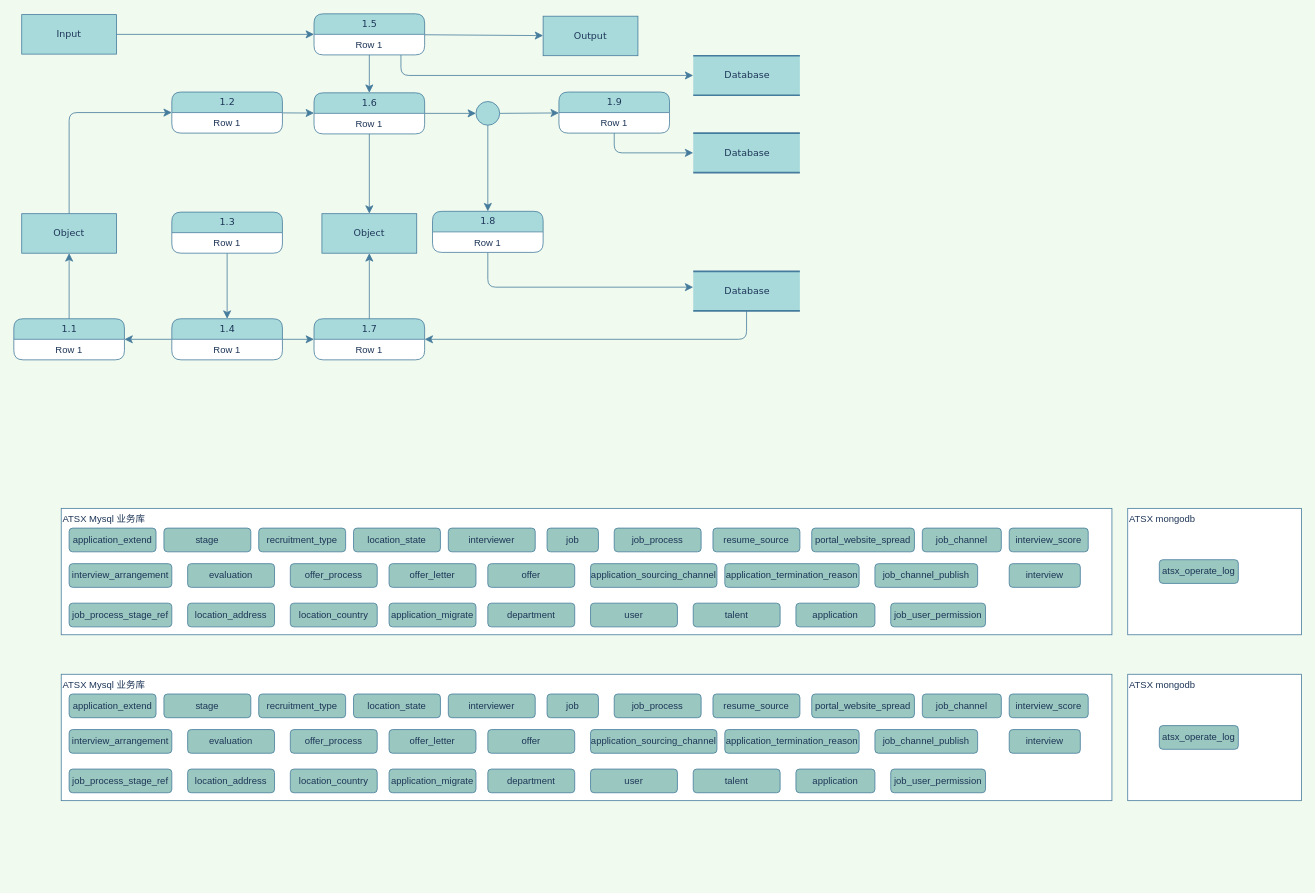
Earlier version of the draw.io diagram Untitled Diagram.drawio (cicelprg/drawio). Source tidied: cells renumbered, new cells numbered last; positions are measured from the earlier drawing's top-left corner, leaving out a move shared by most shapes. Both pictures are drawn from the tidied source at 79%, with x=0, y=0 at pixel (13, 13).
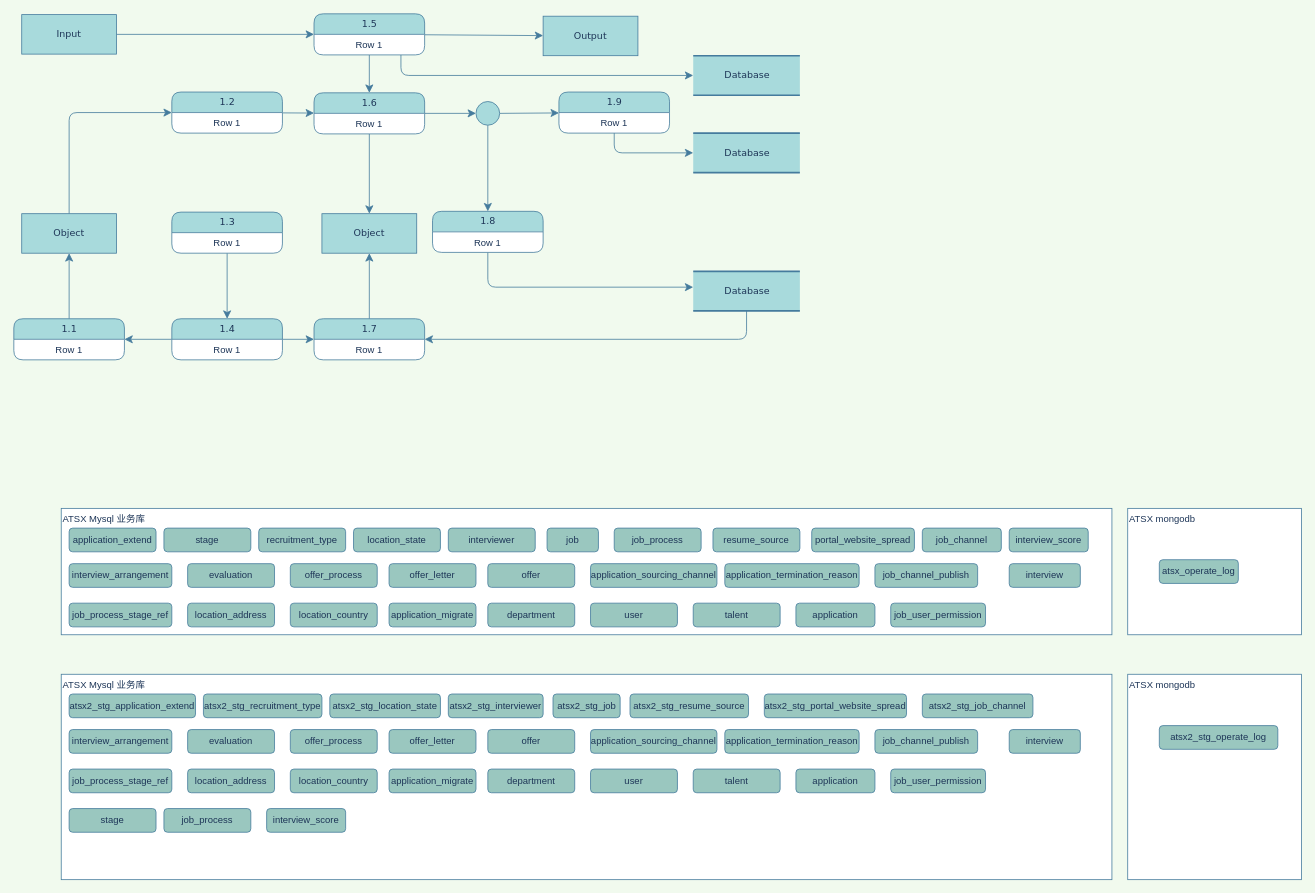
The same page after the edit.

The edit, as a diff of the source:
```diff
@@
     <mxCell id="80" value="ATSX Mysql 业务库" style="rounded=0;whiteSpace=wrap;html=1;sketch=0;strokeColor=#457B9D;fillColor=#FFFFFF;fontColor=#1D3557;align=left;verticalAlign=top;" parent="1" vertex="1">
-      <mxGeometry x="60" y="836" width="1330" height="160" as="geometry" />
+      <mxGeometry x="60" y="836" width="1330" height="260" as="geometry" />
     </mxCell>
-    <mxCell id="81" value="application_extend" style="rounded=1;whiteSpace=wrap;html=1;sketch=0;strokeColor=#457B9D;fillColor=#9AC7BF;fontColor=#1D3557;align=center;" parent="1" vertex="1">
-      <mxGeometry x="70" y="861" width="110" height="30" as="geometry" />
+    <mxCell id="81" value="atsx2_stg_application_extend" style="rounded=1;whiteSpace=wrap;html=1;sketch=0;strokeColor=#457B9D;fillColor=#9AC7BF;fontColor=#1D3557;align=center;" parent="1" vertex="1">
+      <mxGeometry x="70" y="861" width="160" height="30" as="geometry" />
     </mxCell>
     <mxCell id="82" value="stage" style="rounded=1;whiteSpace=wrap;html=1;sketch=0;strokeColor=#457B9D;fillColor=#9AC7BF;fontColor=#1D3557;align=center;" parent="1" vertex="1">
-      <mxGeometry x="190" y="861" width="110" height="30" as="geometry" />
+      <mxGeometry x="70" y="1006" width="110" height="30" as="geometry" />
     </mxCell>
-    <mxCell id="83" value="recruitment_type" style="rounded=1;whiteSpace=wrap;html=1;sketch=0;strokeColor=#457B9D;fillColor=#9AC7BF;fontColor=#1D3557;align=center;" parent="1" vertex="1">
-      <mxGeometry x="310" y="861" width="110" height="30" as="geometry" />
+    <mxCell id="83" value="atsx2_stg_recruitment_type" style="rounded=1;whiteSpace=wrap;html=1;sketch=0;strokeColor=#457B9D;fillColor=#9AC7BF;fontColor=#1D3557;align=center;" parent="1" vertex="1">
+      <mxGeometry x="240" y="861" width="150" height="30" as="geometry" />
     </mxCell>
-    <mxCell id="84" value="location_state" style="rounded=1;whiteSpace=wrap;html=1;sketch=0;strokeColor=#457B9D;fillColor=#9AC7BF;fontColor=#1D3557;align=center;" parent="1" vertex="1">
-      <mxGeometry x="430" y="861" width="110" height="30" as="geometry" />
+    <mxCell id="84" value="atsx2_stg_location_state" style="rounded=1;whiteSpace=wrap;html=1;sketch=0;strokeColor=#457B9D;fillColor=#9AC7BF;fontColor=#1D3557;align=center;" parent="1" vertex="1">
+      <mxGeometry x="400" y="861" width="140" height="30" as="geometry" />
     </mxCell>
-    <mxCell id="85" value="interviewer" style="rounded=1;whiteSpace=wrap;html=1;sketch=0;strokeColor=#457B9D;fillColor=#9AC7BF;fontColor=#1D3557;align=center;" parent="1" vertex="1">
-      <mxGeometry x="550" y="861" width="110" height="30" as="geometry" />
+    <mxCell id="85" value="atsx2_stg_interviewer" style="rounded=1;whiteSpace=wrap;html=1;sketch=0;strokeColor=#457B9D;fillColor=#9AC7BF;fontColor=#1D3557;align=center;" parent="1" vertex="1">
+      <mxGeometry x="550" y="861" width="120" height="30" as="geometry" />
     </mxCell>
-    <mxCell id="86" value="job" style="rounded=1;whiteSpace=wrap;html=1;sketch=0;strokeColor=#457B9D;fillColor=#9AC7BF;fontColor=#1D3557;align=center;" parent="1" vertex="1">
-      <mxGeometry x="675" y="861" width="65" height="30" as="geometry" />
+    <mxCell id="86" value="atsx2_stg_job" style="rounded=1;whiteSpace=wrap;html=1;sketch=0;strokeColor=#457B9D;fillColor=#9AC7BF;fontColor=#1D3557;align=center;" parent="1" vertex="1">
+      <mxGeometry x="682.5" y="861" width="85" height="30" as="geometry" />
     </mxCell>
     <mxCell id="87" value="job_process" style="rounded=1;whiteSpace=wrap;html=1;sketch=0;strokeColor=#457B9D;fillColor=#9AC7BF;fontColor=#1D3557;align=center;" parent="1" vertex="1">
-      <mxGeometry x="760" y="861" width="110" height="30" as="geometry" />
+      <mxGeometry x="190" y="1006" width="110" height="30" as="geometry" />
     </mxCell>
-    <mxCell id="88" value="resume_source" style="rounded=1;whiteSpace=wrap;html=1;sketch=0;strokeColor=#457B9D;fillColor=#9AC7BF;fontColor=#1D3557;align=center;" parent="1" vertex="1">
-      <mxGeometry x="885" y="861" width="110" height="30" as="geometry" />
+    <mxCell id="88" value="atsx2_stg_resume_source" style="rounded=1;whiteSpace=wrap;html=1;sketch=0;strokeColor=#457B9D;fillColor=#9AC7BF;fontColor=#1D3557;align=center;" parent="1" vertex="1">
+      <mxGeometry x="780" y="861" width="150" height="30" as="geometry" />
     </mxCell>
-    <mxCell id="89" value="portal_website_spread" style="rounded=1;whiteSpace=wrap;html=1;sketch=0;strokeColor=#457B9D;fillColor=#9AC7BF;fontColor=#1D3557;align=center;" parent="1" vertex="1">
-      <mxGeometry x="1010" y="861" width="130" height="30" as="geometry" />
+    <mxCell id="89" value="atsx2_stg_portal_website_spread" style="rounded=1;whiteSpace=wrap;html=1;sketch=0;strokeColor=#457B9D;fillColor=#9AC7BF;fontColor=#1D3557;align=center;" parent="1" vertex="1">
+      <mxGeometry x="950" y="861" width="180" height="30" as="geometry" />
     </mxCell>
-    <mxCell id="90" value="job_channel" style="rounded=1;whiteSpace=wrap;html=1;sketch=0;strokeColor=#457B9D;fillColor=#9AC7BF;fontColor=#1D3557;align=center;" parent="1" vertex="1">
-      <mxGeometry x="1150" y="861" width="100" height="30" as="geometry" />
+    <mxCell id="90" value="atsx2_stg_job_channel" style="rounded=1;whiteSpace=wrap;html=1;sketch=0;strokeColor=#457B9D;fillColor=#9AC7BF;fontColor=#1D3557;align=center;" parent="1" vertex="1">
+      <mxGeometry x="1150" y="861" width="140" height="30" as="geometry" />
     </mxCell>
     <mxCell id="91" value="interview_score" style="rounded=1;whiteSpace=wrap;html=1;sketch=0;strokeColor=#457B9D;fillColor=#9AC7BF;fontColor=#1D3557;align=center;" parent="1" vertex="1">
-      <mxGeometry x="1260" y="861" width="100" height="30" as="geometry" />
+      <mxGeometry x="320" y="1006" width="100" height="30" as="geometry" />
     </mxCell>
@@
     <mxCell id="110" value="ATSX mongodb" style="rounded=0;whiteSpace=wrap;html=1;sketch=0;strokeColor=#457B9D;fillColor=#FFFFFF;fontColor=#1D3557;align=left;verticalAlign=top;" parent="1" vertex="1">
-      <mxGeometry x="1410" y="836" width="220" height="160" as="geometry" />
+      <mxGeometry x="1410" y="836" width="220" height="260" as="geometry" />
     </mxCell>
-    <mxCell id="111" value="atsx_operate_log" style="rounded=1;whiteSpace=wrap;html=1;sketch=0;strokeColor=#457B9D;fillColor=#9AC7BF;fontColor=#1D3557;align=center;" parent="1" vertex="1">
-      <mxGeometry x="1450" y="901" width="100" height="30" as="geometry" />
+    <mxCell id="111" value="atsx2_stg_operate_log" style="rounded=1;whiteSpace=wrap;html=1;sketch=0;strokeColor=#457B9D;fillColor=#9AC7BF;fontColor=#1D3557;align=center;" parent="1" vertex="1">
+      <mxGeometry x="1450" y="901" width="150" height="30" as="geometry" />
     </mxCell>
```
